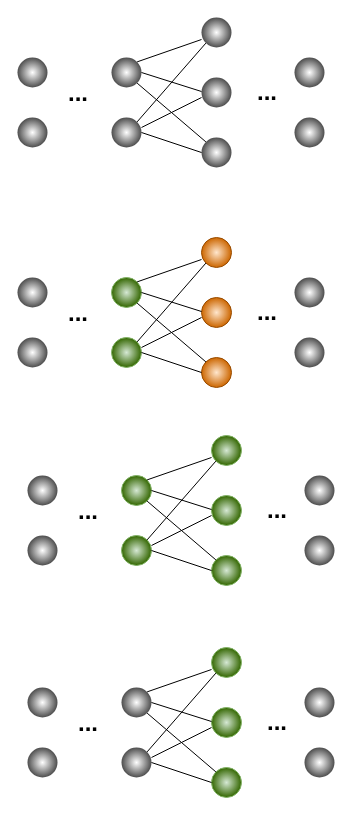
Before: Untitled Diagram.drawio in nkhosros/Latest-Project, a draw.io diagram. Source tidied: cells renumbered, new cells numbered last; positions are measured from the earlier drawing's top-left corner, leaving out a move shared by most shapes. Both pictures are drawn from the tidied source at 100%, with x=0, y=0 at pixel (17, 17).
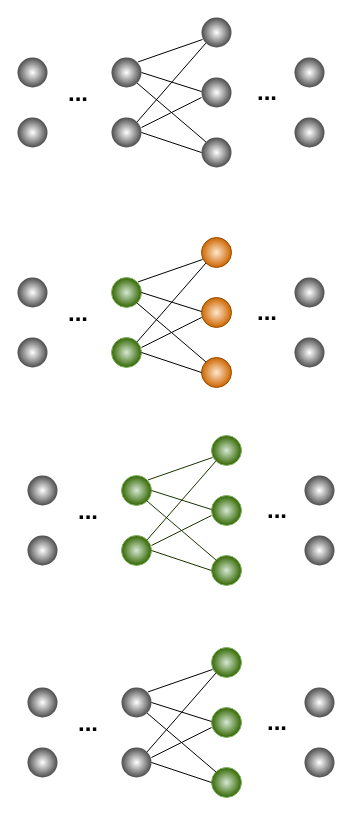
After the change.

Unchanged cells that the change refers to:
```xml
<mxCell id="9" style="ellipse;whiteSpace=wrap;html=1;fillColor=#d5e8d4;gradientDirection=radial;shadow=0;strokeColor=#82b366;gradientColor=#336600;" parent="1" vertex="1">
  <mxGeometry x="94" y="260" width="30" height="30" as="geometry" />
</mxCell>
<mxCell id="22" style="ellipse;whiteSpace=wrap;html=1;gradientColor=#336600;fillColor=#d5e8d4;gradientDirection=radial;shadow=0;strokeColor=#82b366;align=center;verticalAlign=middle;fontFamily=Helvetica;fontSize=12;fontColor=default;" parent="1" vertex="1">
  <mxGeometry x="194" y="538" width="30" height="30" as="geometry" />
</mxCell>
<mxCell id="23" style="ellipse;whiteSpace=wrap;html=1;gradientColor=#336600;fillColor=#d5e8d4;gradientDirection=radial;shadow=0;strokeColor=#82b366;align=center;verticalAlign=middle;fontFamily=Helvetica;fontSize=12;fontColor=default;" parent="1" vertex="1">
  <mxGeometry x="194" y="478" width="30" height="30" as="geometry" />
</mxCell>
<mxCell id="24" style="ellipse;whiteSpace=wrap;html=1;gradientColor=#336600;fillColor=#d5e8d4;gradientDirection=radial;shadow=0;strokeColor=#82b366;align=center;verticalAlign=middle;fontFamily=Helvetica;fontSize=12;fontColor=default;" parent="1" vertex="1">
  <mxGeometry x="194" y="418" width="30" height="30" as="geometry" />
</mxCell>
<mxCell id="25" style="ellipse;whiteSpace=wrap;html=1;gradientColor=#336600;fillColor=#d5e8d4;gradientDirection=radial;shadow=0;strokeColor=#82b366;align=center;verticalAlign=middle;fontFamily=Helvetica;fontSize=12;fontColor=default;" parent="1" vertex="1">
  <mxGeometry x="104" y="518" width="30" height="30" as="geometry" />
</mxCell>
<mxCell id="26" style="ellipse;whiteSpace=wrap;html=1;gradientColor=#336600;fillColor=#d5e8d4;gradientDirection=radial;shadow=0;strokeColor=#82b366;align=center;verticalAlign=middle;fontFamily=Helvetica;fontSize=12;fontColor=default;" parent="1" vertex="1">
  <mxGeometry x="104" y="458" width="30" height="30" as="geometry" />
</mxCell>
<mxCell id="43" style="ellipse;whiteSpace=wrap;html=1;gradientColor=#4D4D4D;fillColor=default;gradientDirection=radial;shadow=0;strokeColor=none;" parent="1" vertex="1">
  <mxGeometry x="104" y="670" width="30" height="30" as="geometry" />
</mxCell>
<mxCell id="60" style="ellipse;whiteSpace=wrap;html=1;gradientColor=#4D4D4D;fillColor=default;gradientDirection=radial;shadow=0;strokeColor=none;" parent="1" vertex="1">
  <mxGeometry x="94" y="40" width="30" height="30" as="geometry" />
</mxCell>
```

What changed in the source:
```diff
@@
-    <mxCell id="11" style="endArrow=none;html=1;rounded=0;exitX=1;exitY=0;exitDx=0;exitDy=0;" parent="1" edge="1" source="9">
+    <mxCell id="11" style="endArrow=none;html=1;rounded=0;exitX=1;exitY=0;exitDx=0;exitDy=0;" parent="1" edge="1">
       <mxGeometry relative="1" as="geometry">
-        <mxPoint x="184" y="242" as="targetPoint" />
+        <mxPoint x="120.6" y="264.4" as="sourcePoint" />
+        <mxPoint x="185" y="242" as="targetPoint" />
       </mxGeometry>
     </mxCell>
@@
-    <mxCell id="28" style="endArrow=none;html=1;rounded=0;exitX=1;exitY=0;exitDx=0;exitDy=0;" parent="1" edge="1" source="26">
+    <mxCell id="28" style="endArrow=none;html=1;rounded=0;exitX=1;exitY=0;exitDx=0;exitDy=0;strokeColor=#1A3300;" parent="1" edge="1">
       <mxGeometry relative="1" as="geometry">
-        <mxPoint x="194" y="440" as="targetPoint" />
+        <mxPoint x="130.6" y="462.4" as="sourcePoint" />
+        <mxPoint x="195" y="440" as="targetPoint" />
       </mxGeometry>
     </mxCell>
-    <mxCell id="29" style="endArrow=none;html=1;rounded=0;entryX=0;entryY=0.667;entryDx=0;entryDy=0;exitX=1;exitY=0.333;exitDx=0;exitDy=0;exitPerimeter=0;entryPerimeter=0;" parent="1" edge="1" source="25" target="23">
+    <mxCell id="29" style="endArrow=none;html=1;rounded=0;entryX=0;entryY=0.667;entryDx=0;entryDy=0;exitX=1;exitY=0.333;exitDx=0;exitDy=0;exitPerimeter=0;entryPerimeter=0;strokeColor=#1A3300;" parent="1" edge="1" source="25" target="23">
       <mxGeometry relative="1" as="geometry" />
     </mxCell>
-    <mxCell id="30" style="endArrow=none;html=1;rounded=0;entryX=0;entryY=0.5;entryDx=0;entryDy=0;exitX=1;exitY=0.5;exitDx=0;exitDy=0;" parent="1" edge="1" source="25" target="22">
+    <mxCell id="30" style="endArrow=none;html=1;rounded=0;entryX=0;entryY=0.5;entryDx=0;entryDy=0;exitX=1;exitY=0.5;exitDx=0;exitDy=0;strokeColor=#1A3300;" parent="1" edge="1" source="25" target="22">
       <mxGeometry relative="1" as="geometry" />
     </mxCell>
-    <mxCell id="31" style="endArrow=none;html=1;rounded=0;entryX=0;entryY=0.5;entryDx=0;entryDy=0;exitX=1;exitY=0.5;exitDx=0;exitDy=0;" parent="1" edge="1" source="26">
+    <mxCell id="31" style="endArrow=none;html=1;rounded=0;entryX=0;entryY=0.5;entryDx=0;entryDy=0;exitX=1;exitY=0.5;exitDx=0;exitDy=0;strokeColor=#1A3300;" parent="1" edge="1" source="26">
       <mxGeometry relative="1" as="geometry">
         <mxPoint x="194" y="492" as="targetPoint" />
       </mxGeometry>
     </mxCell>
-    <mxCell id="32" style="endArrow=none;html=1;rounded=0;entryX=0;entryY=0;entryDx=0;entryDy=0;exitX=1;exitY=1;exitDx=0;exitDy=0;" parent="1" edge="1" source="26" target="22">
+    <mxCell id="32" style="endArrow=none;html=1;rounded=0;entryX=0;entryY=0;entryDx=0;entryDy=0;exitX=1;exitY=1;exitDx=0;exitDy=0;strokeColor=#1A3300;" parent="1" edge="1" source="26" target="22">
       <mxGeometry relative="1" as="geometry" />
     </mxCell>
-    <mxCell id="33" style="endArrow=none;html=1;rounded=0;entryX=0;entryY=1;entryDx=0;entryDy=0;exitX=1;exitY=0;exitDx=0;exitDy=0;" parent="1" edge="1" source="25" target="24">
+    <mxCell id="33" style="endArrow=none;html=1;rounded=0;entryX=0;entryY=1;entryDx=0;entryDy=0;exitX=1;exitY=0;exitDx=0;exitDy=0;strokeColor=#1A3300;" parent="1" edge="1" source="25" target="24">
       <mxGeometry relative="1" as="geometry" />
     </mxCell>
@@
-    <mxCell id="45" style="endArrow=none;html=1;rounded=0;exitX=1;exitY=0;exitDx=0;exitDy=0;" parent="1" edge="1" source="43">
+    <mxCell id="45" style="endArrow=none;html=1;rounded=0;exitX=1;exitY=0;exitDx=0;exitDy=0;" parent="1" edge="1">
       <mxGeometry relative="1" as="geometry">
-        <mxPoint x="194" y="652" as="targetPoint" />
+        <mxPoint x="130.6" y="674.4" as="sourcePoint" />
+        <mxPoint x="195" y="652" as="targetPoint" />
       </mxGeometry>
     </mxCell>
@@
-    <mxCell id="62" style="endArrow=none;html=1;rounded=0;exitX=1;exitY=0;exitDx=0;exitDy=0;" parent="1" edge="1" source="60">
+    <mxCell id="62" style="endArrow=none;html=1;rounded=0;exitX=1;exitY=0;exitDx=0;exitDy=0;" parent="1" edge="1">
       <mxGeometry relative="1" as="geometry">
-        <mxPoint x="184" y="22" as="targetPoint" />
+        <mxPoint x="120.6" y="44.4" as="sourcePoint" />
+        <mxPoint x="185" y="22" as="targetPoint" />
       </mxGeometry>
     </mxCell>
```
